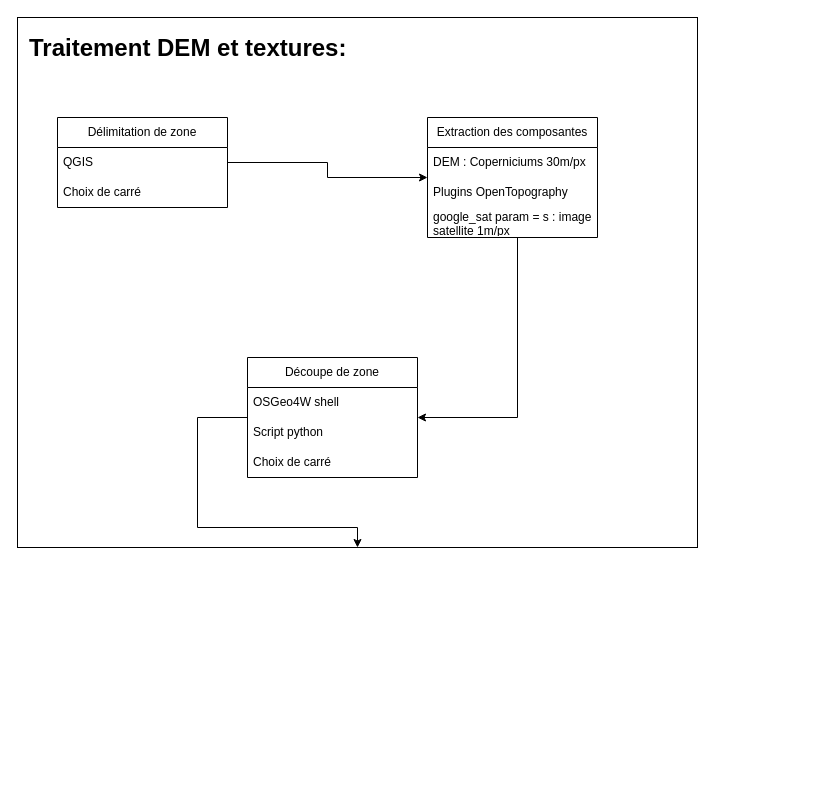
Above: Chaine_de_traitement.drawio in mathe2810/mathe2810 (draw.io), before the change. Source tidied: cells renumbered, new cells numbered last; positions are measured from the earlier drawing's top-left corner, leaving out a move shared by most shapes. Both pictures are drawn from the tidied source at 100%, with x=0, y=0 at pixel (17, 17).
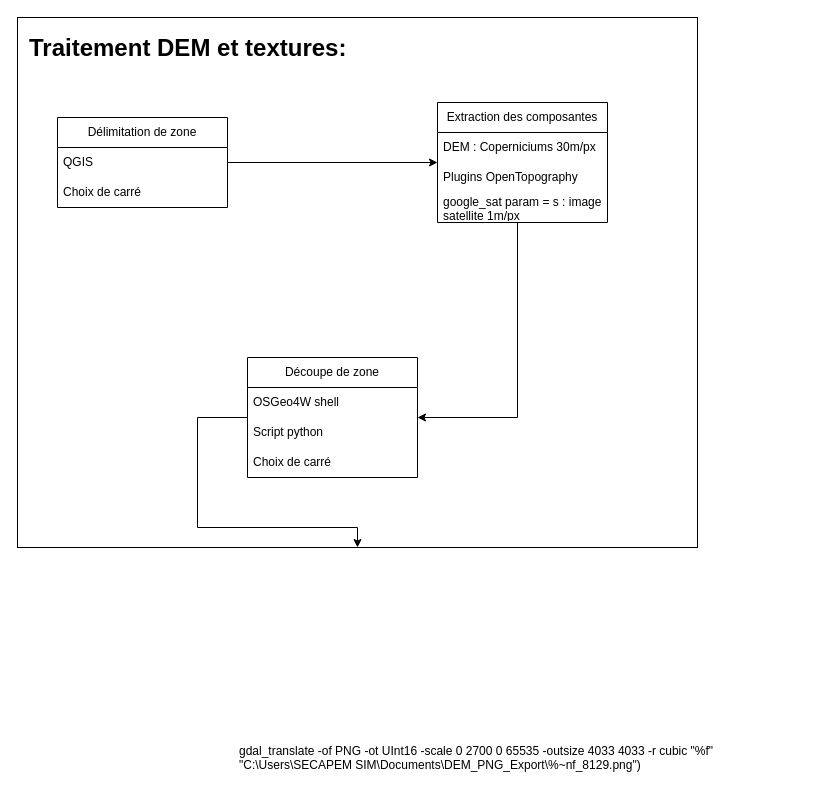
The same diagram, later.

Commit message:
Mettre à jour Chaine_de_traitement.drawio

The edit, as a diff of the source:
```diff
@@
     <mxCell id="9" value="Extraction des composantes" style="swimlane;fontStyle=0;horizontal=1;startSize=30;whiteSpace=wrap;html=1;" parent="1" vertex="1">
-      <mxGeometry x="410" y="100" width="170" height="120" as="geometry" />
+      <mxGeometry x="420" y="85" width="170" height="120" as="geometry" />
     </mxCell>
@@
+    <mxCell id="18" value="gdal_translate -of PNG -ot UInt16 -scale 0 2700 0 65535 -outsize 4033 4033 -r cubic &quot;%f&quot; &quot;C:\Users\SECAPEM SIM\Documents\DEM_PNG_Export\%~nf_8129.png&quot;)" style="text;whiteSpace=wrap;" parent="1" vertex="1">
+      <mxGeometry x="220" y="720" width="560" height="50" as="geometry" />
+    </mxCell>
```
